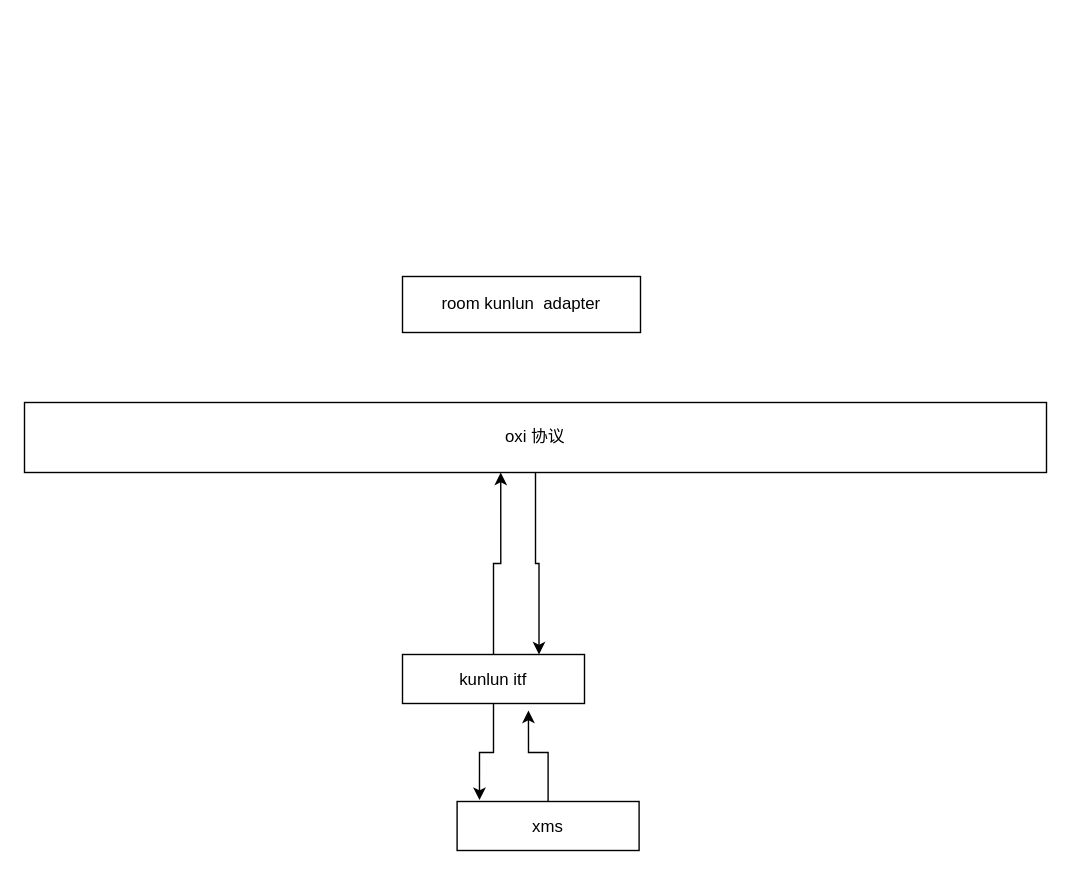
The draw.io diagram page "xms kunlun" (7 of 7) of xctp.drawio in devfox88/draw-house, before the edit. Source tidied: cells renumbered, new cells numbered last; positions are measured from the earlier drawing's top-left corner, leaving out a move shared by most shapes. Both pictures are drawn from the tidied source at 140%, with x=0, y=0 at pixel (24, 276).
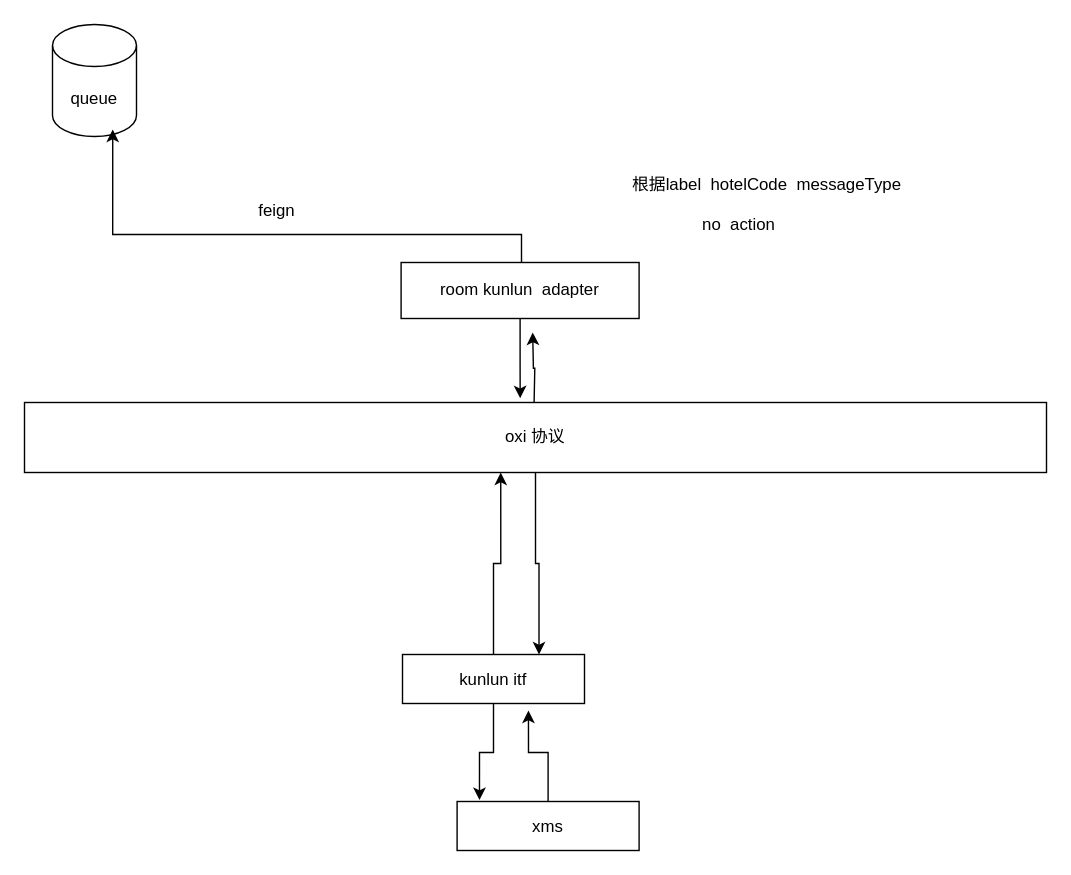
After the change.

What changed in the source:
```diff
@@
 <mxGraphModel>
   <root>
     <mxCell id="0" />
     <mxCell id="1" parent="0" />
     <mxCell id="2" style="edgeStyle=orthogonalEdgeStyle;rounded=0;jettySize=auto;html=1;entryX=0.75;entryY=0;entryDx=0;entryDy=0;" parent="1" edge="1" source="3" target="5">
       <mxGeometry relative="1" as="geometry" />
     </mxCell>
     <mxCell id="3" value="oxi 协议" style="rounded=0;whiteSpace=wrap;html=1;" parent="1" vertex="1">
       <mxGeometry y="90" width="730" height="50" as="geometry" />
     </mxCell>
     <mxCell id="4" value="xms" style="rounded=0;whiteSpace=wrap;html=1;" parent="1" vertex="1">
       <mxGeometry x="309" y="375" width="130" height="35" as="geometry" />
     </mxCell>
     <mxCell id="5" value="kunlun itf" style="rounded=0;whiteSpace=wrap;html=1;" parent="1" vertex="1">
       <mxGeometry x="270" y="270" width="130" height="35" as="geometry" />
     </mxCell>
     <mxCell id="6" style="edgeStyle=orthogonalEdgeStyle;rounded=0;jettySize=auto;html=1;entryX=0.466;entryY=1;entryDx=0;entryDy=0;entryPerimeter=0;" parent="1" edge="1" source="5" target="3">
       <mxGeometry relative="1" as="geometry" />
     </mxCell>
     <mxCell id="7" style="edgeStyle=orthogonalEdgeStyle;rounded=0;jettySize=auto;html=1;entryX=0.692;entryY=1.143;entryDx=0;entryDy=0;entryPerimeter=0;" parent="1" edge="1" source="4" target="5">
       <mxGeometry relative="1" as="geometry" />
     </mxCell>
     <mxCell id="8" style="edgeStyle=orthogonalEdgeStyle;rounded=0;jettySize=auto;html=1;entryX=0.123;entryY=-0.029;entryDx=0;entryDy=0;entryPerimeter=0;" parent="1" edge="1" source="5" target="4">
       <mxGeometry relative="1" as="geometry" />
     </mxCell>
     <mxCell id="9" value="room kunlun&amp;nbsp; adapter" style="rounded=0;whiteSpace=wrap;html=1;" parent="1" vertex="1">
-      <mxGeometry x="270" width="170" height="40" as="geometry" />
+      <mxGeometry x="269" y="-10" width="170" height="40" as="geometry" />
     </mxCell>
+    <mxCell id="10" value="queue" style="shape=cylinder3;whiteSpace=wrap;html=1;boundedLbl=1;backgroundOutline=1;size=15;" parent="1" vertex="1">
+      <mxGeometry x="20" y="-180" width="60" height="80" as="geometry" />
+    </mxCell>
+    <mxCell id="11" style="edgeStyle=orthogonalEdgeStyle;rounded=0;jettySize=auto;html=1;entryX=0.717;entryY=0.938;entryDx=0;entryDy=0;entryPerimeter=0;" parent="1" edge="1" source="9" target="10">
+      <mxGeometry relative="1" as="geometry">
+        <Array as="points">
+          <mxPoint x="355" y="-30" />
+          <mxPoint x="63" y="-30" />
+        </Array>
+      </mxGeometry>
+    </mxCell>
+    <mxCell id="12" value="feign" style="text;html=1;align=center;verticalAlign=middle;strokeColor=none;fillColor=none;" parent="1" vertex="1">
+      <mxGeometry x="155" y="-62" width="50" height="30" as="geometry" />
+    </mxCell>
+    <mxCell id="13" style="edgeStyle=orthogonalEdgeStyle;rounded=0;jettySize=auto;html=1;entryX=0.485;entryY=-0.06;entryDx=0;entryDy=0;entryPerimeter=0;" parent="1" edge="1" source="9" target="3">
+      <mxGeometry relative="1" as="geometry" />
+    </mxCell>
+    <mxCell id="14" style="edgeStyle=orthogonalEdgeStyle;rounded=0;orthogonalLoop=1;jettySize=auto;html=1;entryX=0.553;entryY=1;entryDx=0;entryDy=0;entryPerimeter=0;" parent="1" edge="1">
+      <mxGeometry relative="1" as="geometry">
+        <mxPoint x="364" y="90" as="sourcePoint" />
+        <mxPoint x="363" y="40" as="targetPoint" />
+      </mxGeometry>
+    </mxCell>
+    <mxCell id="15" value="根据label&amp;nbsp; hotelCode&amp;nbsp; messageType" style="text;html=1;align=center;verticalAlign=middle;strokeColor=none;fillColor=none;" parent="1" vertex="1">
+      <mxGeometry x="420" y="-80" width="220" height="30" as="geometry" />
+    </mxCell>
+    <mxCell id="16" value="no&amp;nbsp; action" style="text;html=1;align=center;verticalAlign=middle;strokeColor=none;fillColor=none;" parent="1" vertex="1">
+      <mxGeometry x="470" y="-52" width="80" height="30" as="geometry" />
+    </mxCell>
   </root>
 </mxGraphModel>
```
